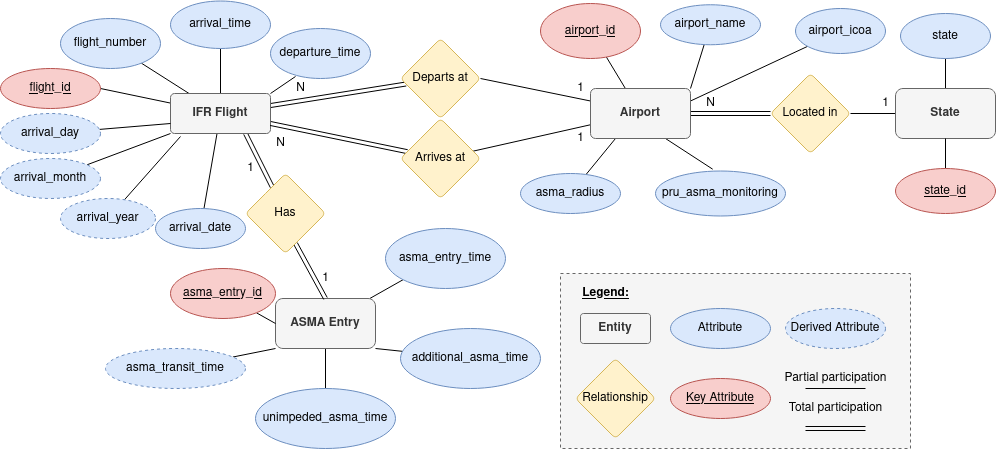
The draw.io diagram resources/ER-Diagramdrawio.png in quinten-goens/EC-Demo, before a commit. Source tidied: cells renumbered, new cells last; positions are measured from the earlier drawing's top-left corner, leaving out a move shared by most shapes.
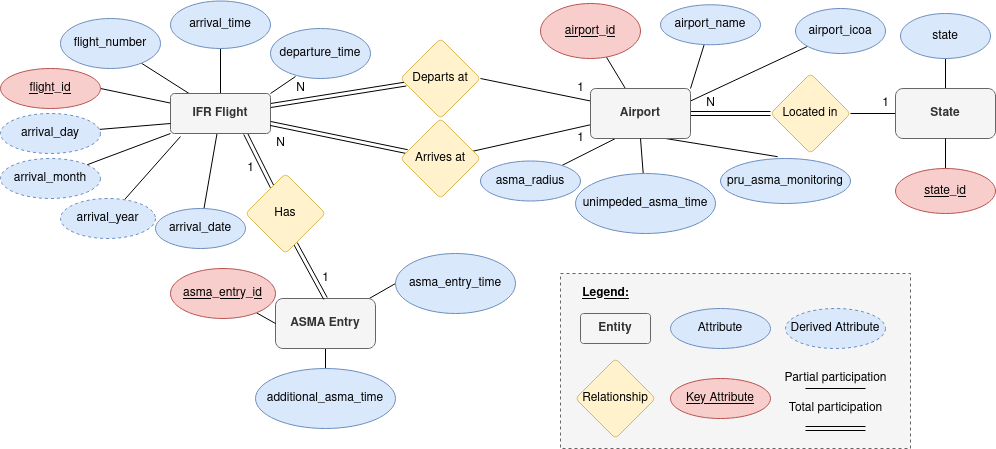
The same file after the commit.

Change to the diagram source:
```diff
@@ -108,7 +108,7 @@
       <mxGeometry x="795" y="8" width="90" height="45" as="geometry" />
     </mxCell>
     <mxCell id="37" value="asma_radius" style="ellipse;whiteSpace=wrap;html=1;align=center;fillColor=#dae8fc;strokeColor=#6c8ebf;" parent="1" vertex="1">
-      <mxGeometry x="520" y="173" width="100" height="40" as="geometry" />
+      <mxGeometry x="480" y="160.5" width="100" height="40" as="geometry" />
     </mxCell>
     <mxCell id="38" style="edgeStyle=none;rounded=0;jettySize=auto;html=1;endArrow=none;endFill=0;" parent="1" edge="1" source="39" target="73">
       <mxGeometry relative="1" as="geometry" />
@@ -116,18 +116,15 @@
     <mxCell id="39" value="state" style="ellipse;whiteSpace=wrap;html=1;fillColor=#dae8fc;strokeColor=#6c8ebf;rounded=1;arcSize=10;" parent="1" vertex="1">
       <mxGeometry x="900" y="13" width="90" height="45" as="geometry" />
     </mxCell>
-    <mxCell id="40" style="edgeStyle=none;rounded=0;jettySize=auto;html=1;endArrow=none;endFill=0;entryX=0;entryY=1;entryDx=0;entryDy=0;" parent="1" edge="1" source="44" target="47">
+    <mxCell id="40" style="edgeStyle=none;rounded=0;jettySize=auto;html=1;endArrow=none;endFill=0;entryX=0;entryY=0.5;entryDx=0;entryDy=0;" parent="1" edge="1" source="44" target="47">
       <mxGeometry relative="1" as="geometry" />
     </mxCell>
-    <mxCell id="41" style="edgeStyle=none;rounded=0;jettySize=auto;html=1;endArrow=none;endFill=0;" parent="1" edge="1" source="44" target="48">
+    <mxCell id="41" style="edgeStyle=none;rounded=0;jettySize=auto;html=1;endArrow=none;endFill=0;exitX=0.5;exitY=1;exitDx=0;exitDy=0;" parent="1" edge="1" source="33" target="48">
       <mxGeometry relative="1" as="geometry" />
     </mxCell>
-    <mxCell id="42" style="edgeStyle=none;rounded=0;jettySize=auto;html=1;exitX=1;exitY=1;exitDx=0;exitDy=0;endArrow=none;endFill=0;" parent="1" edge="1" source="44" target="49">
+    <mxCell id="42" style="edgeStyle=none;rounded=0;jettySize=auto;html=1;exitX=0.5;exitY=1;exitDx=0;exitDy=0;endArrow=none;endFill=0;" parent="1" edge="1" source="44" target="49">
       <mxGeometry relative="1" as="geometry" />
     </mxCell>
-    <mxCell id="43" style="edgeStyle=none;rounded=0;jettySize=auto;html=1;exitX=0;exitY=1;exitDx=0;exitDy=0;endArrow=none;endFill=0;" parent="1" edge="1" source="44" target="52">
-      <mxGeometry relative="1" as="geometry" />
-    </mxCell>
     <mxCell id="44" value="&lt;b&gt;ASMA Entry&lt;/b&gt;" style="rounded=1;whiteSpace=wrap;html=1;fillColor=#f5f5f5;fontColor=#333333;strokeColor=#666666;" parent="1" vertex="1">
       <mxGeometry x="275" y="298" width="100" height="50" as="geometry" />
     </mxCell>
@@ -138,13 +135,13 @@
       <mxGeometry x="245" y="173" width="80" height="80" as="geometry" />
     </mxCell>
     <mxCell id="47" value="asma_entry_time" style="ellipse;whiteSpace=wrap;html=1;fillColor=#dae8fc;strokeColor=#6c8ebf;rounded=1;" parent="1" vertex="1">
-      <mxGeometry x="385" y="228" width="120" height="60" as="geometry" />
+      <mxGeometry x="395" y="253" width="120" height="60" as="geometry" />
     </mxCell>
     <mxCell id="48" value="unimpeded_asma_time" style="ellipse;whiteSpace=wrap;html=1;fillColor=#dae8fc;strokeColor=#6c8ebf;rounded=1;" parent="1" vertex="1">
-      <mxGeometry x="255" y="388" width="140" height="60" as="geometry" />
+      <mxGeometry x="575" y="173" width="140" height="60" as="geometry" />
     </mxCell>
     <mxCell id="49" value="additional_asma_time" style="ellipse;whiteSpace=wrap;html=1;fillColor=#dae8fc;strokeColor=#6c8ebf;" parent="1" vertex="1">
-      <mxGeometry x="400" y="328" width="140" height="60" as="geometry" />
+      <mxGeometry x="255" y="368" width="140" height="60" as="geometry" />
     </mxCell>
     <mxCell id="50" style="edgeStyle=none;rounded=0;jettySize=auto;html=1;entryX=0;entryY=0.5;entryDx=0;entryDy=0;endArrow=none;endFill=0;" parent="1" edge="1" source="51" target="44">
       <mxGeometry relative="1" as="geometry" />
@@ -152,9 +149,6 @@
     <mxCell id="51" value="&lt;u&gt;asma_entry_id&lt;/u&gt;" style="ellipse;whiteSpace=wrap;html=1;fillColor=#f8cecc;strokeColor=#b85450;rounded=1;" parent="1" vertex="1">
       <mxGeometry x="170" y="268" width="105" height="50" as="geometry" />
     </mxCell>
-    <mxCell id="52" value="asma_transit_time" style="ellipse;whiteSpace=wrap;html=1;align=center;dashed=1;fillColor=#dae8fc;strokeColor=#6c8ebf;" parent="1" vertex="1">
-      <mxGeometry x="105" y="348" width="140" height="40" as="geometry" />
-    </mxCell>
     <mxCell id="53" value="&lt;div&gt;1&lt;/div&gt;" style="text;html=1;align=center;verticalAlign=middle;strokeColor=none;fillColor=none;" parent="1" vertex="1">
       <mxGeometry x="240" y="158" width="20" height="20" as="geometry" />
     </mxCell>
@@ -174,7 +168,7 @@
       <mxGeometry x="270" y="133" width="20" height="20" as="geometry" />
     </mxCell>
     <mxCell id="59" value="pru_asma_monitoring" style="ellipse;whiteSpace=wrap;html=1;fillColor=#dae8fc;strokeColor=#6c8ebf;" parent="1" vertex="1">
-      <mxGeometry x="655" y="170.5" width="130" height="45" as="geometry" />
+      <mxGeometry x="720" y="158" width="130" height="45" as="geometry" />
     </mxCell>
     <mxCell id="60" value="&lt;u&gt;&lt;b&gt;Legend:&lt;/b&gt;&lt;/u&gt;" style="text;html=1;align=center;verticalAlign=middle;strokeColor=none;fillColor=none;" parent="1" vertex="1">
       <mxGeometry x="575" y="283" width="60" height="20" as="geometry" />
```
